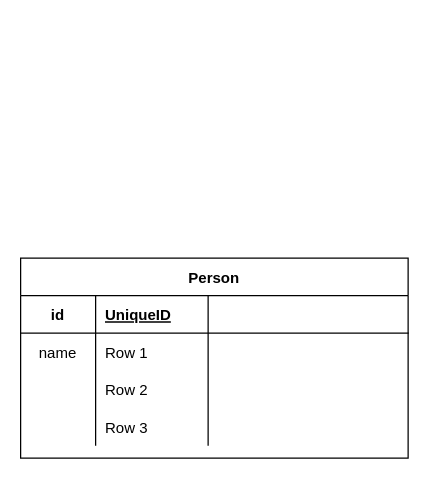
Kanaykinvv/HomeRules keeps this draw.io diagram as diagram_db.drawio. Above is the earlier version. Source tidied: cells renumbered, new cells numbered last; positions are measured from the earlier drawing's top-left corner, leaving out a move shared by most shapes. Both pictures are drawn from the tidied source at 125%, with x=0, y=0 at pixel (20, 258).
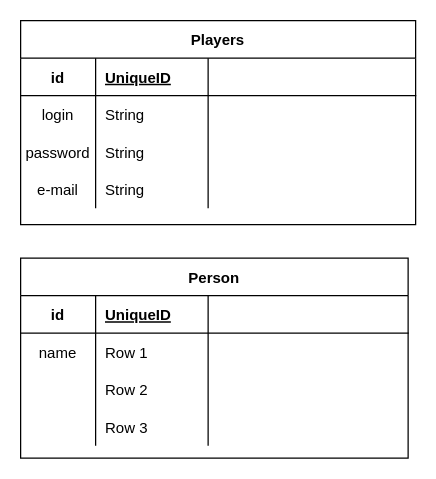
The same page after the edit.

Diff of the diagram source:
```diff
@@
+    <mxCell id="19" value="Players" style="shape=table;startSize=30;childLayout=tableLayout;rowLines=0;fontStyle=1;align=center;" parent="1" vertex="1">
+      <mxGeometry y="-190" width="316" height="163.1" as="geometry" />
+    </mxCell>
+    <mxCell id="20" style="shape=partialRectangle;fillColor=none;top=0;left=0;bottom=1;right=0;" parent="19" vertex="1">
+      <mxGeometry y="30" width="316" height="30" as="geometry" />
+    </mxCell>
+    <mxCell id="21" value="id" style="shape=partialRectangle;fillColor=none;top=0;left=0;bottom=0;right=0;fontStyle=1;overflow=hidden;" parent="20" vertex="1">
+      <mxGeometry width="60" height="30" as="geometry" />
+    </mxCell>
+    <mxCell id="22" value="UniqueID" style="shape=partialRectangle;fillColor=none;top=0;left=0;bottom=0;right=0;align=left;spacingLeft=6;fontStyle=5;overflow=hidden;" parent="20" vertex="1">
+      <mxGeometry x="60" width="90" height="30" as="geometry" />
+    </mxCell>
+    <mxCell id="23" style="shape=partialRectangle;fillColor=none;top=0;left=0;bottom=0;right=0;align=left;spacingLeft=6;fontStyle=5;overflow=hidden;" parent="20" vertex="1">
+      <mxGeometry x="150" width="166" height="30" as="geometry" />
+    </mxCell>
+    <mxCell id="24" style="shape=partialRectangle;fillColor=none;top=0;left=0;bottom=0;right=0;" parent="19" vertex="1">
+      <mxGeometry y="60" width="316" height="30" as="geometry" />
+    </mxCell>
+    <mxCell id="25" value="login" style="shape=partialRectangle;fillColor=none;top=0;left=0;bottom=0;right=0;overflow=hidden;" parent="24" vertex="1">
+      <mxGeometry width="60" height="30" as="geometry" />
+    </mxCell>
+    <mxCell id="26" value="String" style="shape=partialRectangle;fillColor=none;top=0;left=0;bottom=0;right=0;align=left;spacingLeft=6;overflow=hidden;" parent="24" vertex="1">
+      <mxGeometry x="60" width="90" height="30" as="geometry" />
+    </mxCell>
+    <mxCell id="27" style="shape=partialRectangle;fillColor=none;top=0;left=0;bottom=0;right=0;align=left;spacingLeft=6;overflow=hidden;" parent="24" vertex="1">
+      <mxGeometry x="150" width="166" height="30" as="geometry" />
+    </mxCell>
+    <mxCell id="28" style="shape=partialRectangle;fillColor=none;top=0;left=0;bottom=0;right=0;" parent="19" vertex="1">
+      <mxGeometry y="90" width="316" height="30" as="geometry" />
+    </mxCell>
+    <mxCell id="29" value="password" style="shape=partialRectangle;fillColor=none;top=0;left=0;bottom=0;right=0;overflow=hidden;" parent="28" vertex="1">
+      <mxGeometry width="60" height="30" as="geometry" />
+    </mxCell>
+    <mxCell id="30" value="String" style="shape=partialRectangle;fillColor=none;top=0;left=0;bottom=0;right=0;align=left;spacingLeft=6;overflow=hidden;" parent="28" vertex="1">
+      <mxGeometry x="60" width="90" height="30" as="geometry" />
+    </mxCell>
+    <mxCell id="31" style="shape=partialRectangle;fillColor=none;top=0;left=0;bottom=0;right=0;align=left;spacingLeft=6;overflow=hidden;" parent="28" vertex="1">
+      <mxGeometry x="150" width="166" height="30" as="geometry" />
+    </mxCell>
+    <mxCell id="32" style="shape=partialRectangle;fillColor=none;top=0;left=0;bottom=0;right=0;" parent="19" vertex="1">
+      <mxGeometry y="120" width="316" height="30" as="geometry" />
+    </mxCell>
+    <mxCell id="33" value="e-mail" style="shape=partialRectangle;fillColor=none;top=0;left=0;bottom=0;right=0;overflow=hidden;" parent="32" vertex="1">
+      <mxGeometry width="60" height="30" as="geometry" />
+    </mxCell>
+    <mxCell id="34" value="String" style="shape=partialRectangle;fillColor=none;top=0;left=0;bottom=0;right=0;align=left;spacingLeft=6;overflow=hidden;" parent="32" vertex="1">
+      <mxGeometry x="60" width="90" height="30" as="geometry" />
+    </mxCell>
+    <mxCell id="35" style="shape=partialRectangle;fillColor=none;top=0;left=0;bottom=0;right=0;align=left;spacingLeft=6;overflow=hidden;" parent="32" vertex="1">
+      <mxGeometry x="150" width="166" height="30" as="geometry" />
+    </mxCell>
```
